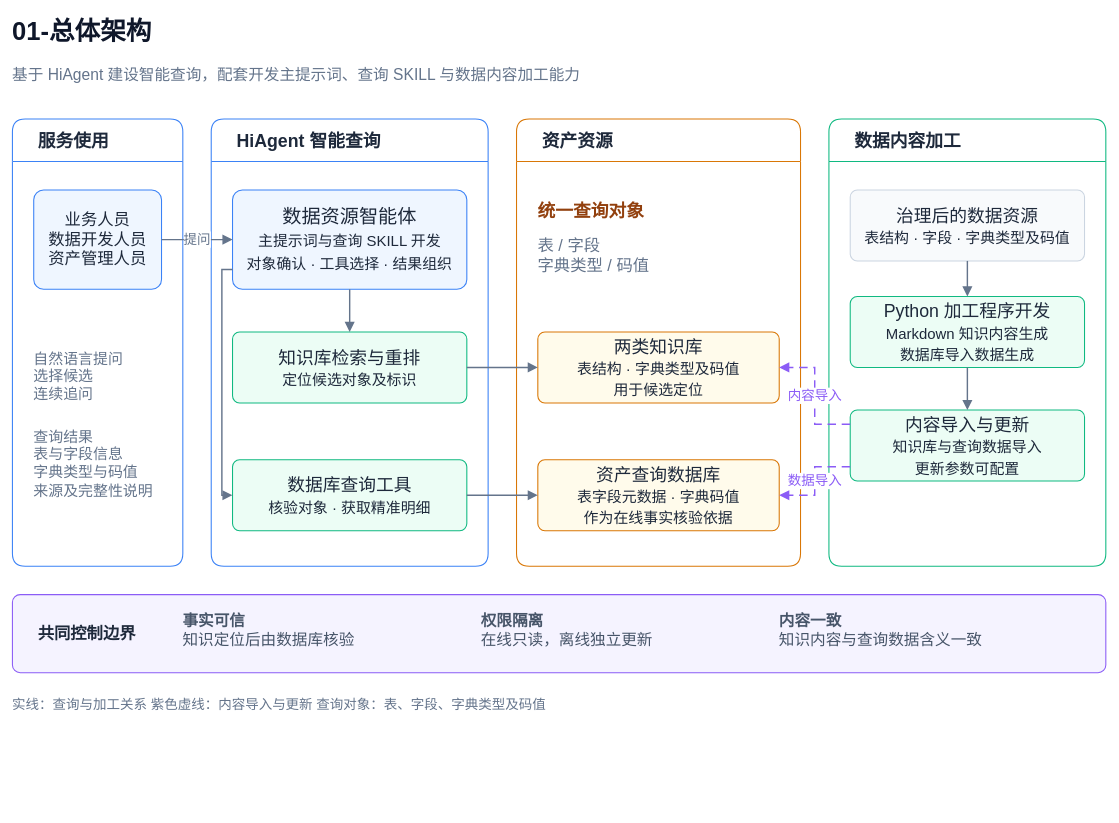
Earlier version of the draw.io diagram docs/solutions/diagrams/01-总体架构.drawio (alexhuangeric2015/data-engineer-agent). Source tidied: cells renumbered, new cells numbered last; positions are measured from the earlier drawing's top-left corner, leaving out a move shared by most shapes. Both pictures are drawn from the tidied source at 71%, with x=0, y=0 at pixel (12, 12).
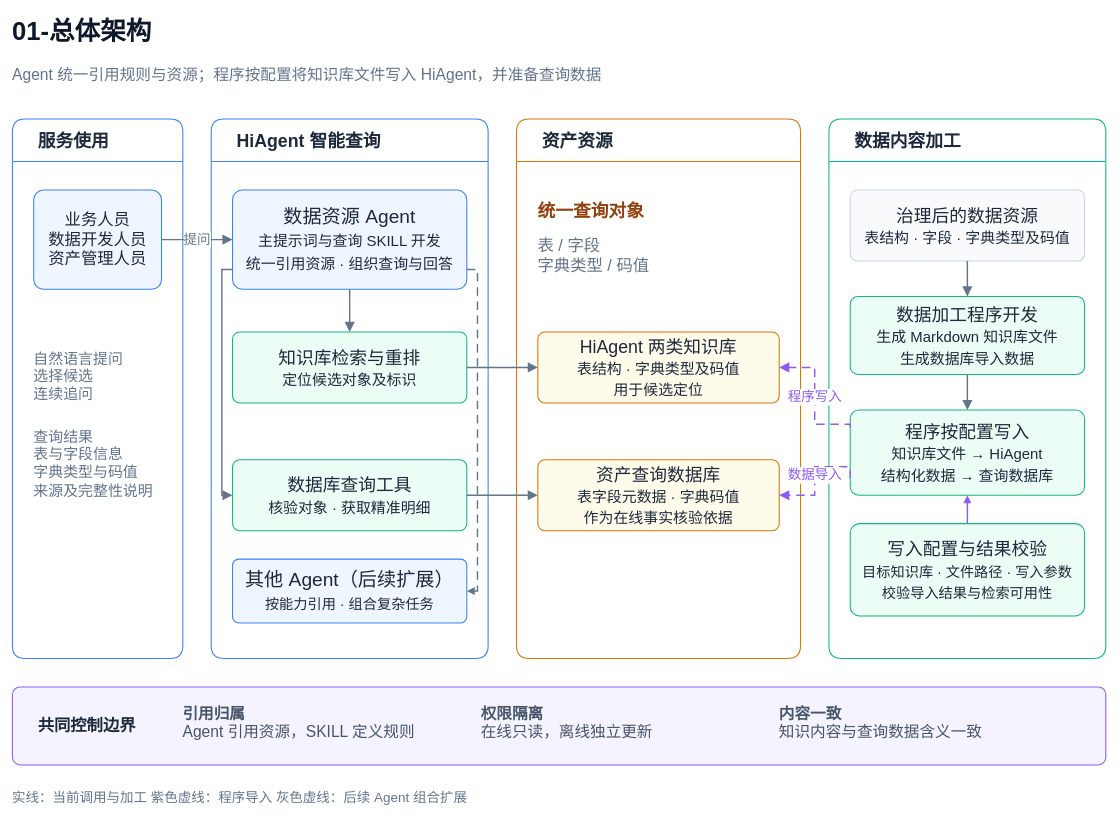
The same diagram, later.

Diff of the diagram source:
```diff
@@
-    <mxCell id="3" value="基于 HiAgent 建设智能查询，配套开发主提示词、查询 SKILL 与数据内容加工能力" style="rounded=1;arcSize=10;whiteSpace=wrap;html=1;fontFamily=Arial;fontSize=22;fontColor=#64748B;fillColor=none;strokeColor=none;strokeWidth=1.5;spacing=0;align=left;verticalAlign=middle;text;fontStyle=0;" parent="1" vertex="1">
+    <mxCell id="3" value="Agent 统一引用规则与资源；程序按配置将知识库文件写入 HiAgent，并准备查询数据" style="rounded=1;arcSize=10;whiteSpace=wrap;html=1;fontFamily=Arial;fontSize=22;fontColor=#64748B;fillColor=none;strokeColor=none;strokeWidth=1.5;spacing=0;align=left;verticalAlign=middle;text;fontStyle=0;" parent="1" vertex="1">
       <mxGeometry y="70" width="1500" height="40" as="geometry" />
     </mxCell>
     <mxCell id="4" value="&lt;font style=&quot;font-size:25px&quot;&gt;服务使用&lt;/font&gt;" style="rounded=1;arcSize=10;whiteSpace=wrap;html=1;fontFamily=Arial;fontSize=25;fontColor=#1E293B;fillColor=#FFFFFF;strokeColor=#3B82F6;strokeWidth=1.5;spacing=14;align=left;verticalAlign=middle;swimlane;startSize=60;horizontal=1;spacingLeft=22;fontStyle=1;swimlaneFillColor=#FFFFFF;" parent="1" vertex="1">
-      <mxGeometry y="150" width="240" height="630" as="geometry" />
+      <mxGeometry y="150" width="240" height="760" as="geometry" />
     </mxCell>
     <mxCell id="5" value="&lt;font style=&quot;font-size:25px&quot;&gt;HiAgent 智能查询&lt;/font&gt;" style="rounded=1;arcSize=10;whiteSpace=wrap;html=1;fontFamily=Arial;fontSize=25;fontColor=#1E293B;fillColor=#FFFFFF;strokeColor=#3B82F6;strokeWidth=1.5;spacing=14;align=left;verticalAlign=middle;swimlane;startSize=60;horizontal=1;spacingLeft=22;fontStyle=1;swimlaneFillColor=#FFFFFF;" parent="1" vertex="1">
-      <mxGeometry x="280" y="150" width="390" height="630" as="geometry" />
+      <mxGeometry x="280" y="150" width="390" height="760" as="geometry" />
     </mxCell>
     <mxCell id="6" value="&lt;font style=&quot;font-size:25px&quot;&gt;资产资源&lt;/font&gt;" style="rounded=1;arcSize=10;whiteSpace=wrap;html=1;fontFamily=Arial;fontSize=25;fontColor=#1E293B;fillColor=#FFFFFF;strokeColor=#D97706;strokeWidth=1.5;spacing=14;align=left;verticalAlign=middle;swimlane;startSize=60;horizontal=1;spacingLeft=22;fontStyle=1;swimlaneFillColor=#FFFFFF;" parent="1" vertex="1">
-      <mxGeometry x="710" y="150" width="400" height="630" as="geometry" />
+      <mxGeometry x="710" y="150" width="400" height="760" as="geometry" />
     </mxCell>
     <mxCell id="7" value="&lt;font style=&quot;font-size:25px&quot;&gt;数据内容加工&lt;/font&gt;" style="rounded=1;arcSize=10;whiteSpace=wrap;html=1;fontFamily=Arial;fontSize=25;fontColor=#1E293B;fillColor=#FFFFFF;strokeColor=#10B981;strokeWidth=1.5;spacing=14;align=left;verticalAlign=middle;swimlane;startSize=60;horizontal=1;spacingLeft=22;fontStyle=1;swimlaneFillColor=#FFFFFF;" parent="1" vertex="1">
-      <mxGeometry x="1150" y="150" width="390" height="630" as="geometry" />
+      <mxGeometry x="1150" y="150" width="390" height="760" as="geometry" />
     </mxCell>
@@
-    <mxCell id="11" value="数据资源智能体&lt;br&gt;&lt;font style=&quot;font-size:21px&quot;&gt;主提示词与查询 SKILL 开发&lt;br&gt;对象确认 · 工具选择 · 结果组织&lt;/font&gt;" style="rounded=1;arcSize=10;whiteSpace=wrap;html=1;fontFamily=Arial;fontSize=27;fontColor=#1E293B;fillColor=#EFF6FF;strokeColor=#3B82F6;strokeWidth=1.5;spacing=14;align=center;verticalAlign=middle;" parent="5" vertex="1">
+    <mxCell id="11" value="数据资源 Agent&lt;br&gt;&lt;font style=&quot;font-size:21px&quot;&gt;主提示词与查询 SKILL 开发&lt;br&gt;统一引用资源 · 组织查询与回答&lt;/font&gt;" style="rounded=1;arcSize=10;whiteSpace=wrap;html=1;fontFamily=Arial;fontSize=27;fontColor=#1E293B;fillColor=#EFF6FF;strokeColor=#3B82F6;strokeWidth=1.5;spacing=14;align=center;verticalAlign=middle;" parent="5" vertex="1">
       <mxGeometry x="30" y="100" width="330" height="140" as="geometry" />
     </mxCell>
@@
-    <mxCell id="16" value="两类知识库&lt;br&gt;&lt;font style=&quot;font-size:21px&quot;&gt;表结构 · 字典类型及码值&lt;br&gt;用于候选定位&lt;/font&gt;" style="rounded=1;arcSize=10;whiteSpace=wrap;html=1;fontFamily=Arial;fontSize=25;fontColor=#1E293B;fillColor=#FFFBEB;strokeColor=#D97706;strokeWidth=1.5;spacing=14;align=center;verticalAlign=middle;" parent="6" vertex="1">
+    <mxCell id="16" value="HiAgent 两类知识库&lt;br&gt;&lt;font style=&quot;font-size:21px&quot;&gt;表结构 · 字典类型及码值&lt;br&gt;用于候选定位&lt;/font&gt;" style="rounded=1;arcSize=10;whiteSpace=wrap;html=1;fontFamily=Arial;fontSize=25;fontColor=#1E293B;fillColor=#FFFBEB;strokeColor=#D97706;strokeWidth=1.5;spacing=14;align=center;verticalAlign=middle;" parent="6" vertex="1">
       <mxGeometry x="30" y="300" width="340" height="100" as="geometry" />
     </mxCell>
@@
-    <mxCell id="19" value="Python 加工程序开发&lt;br&gt;&lt;font style=&quot;font-size:21px&quot;&gt;Markdown 知识内容生成&lt;br&gt;数据库导入数据生成&lt;/font&gt;" style="rounded=1;arcSize=10;whiteSpace=wrap;html=1;fontFamily=Arial;fontSize=25;fontColor=#1E293B;fillColor=#ECFDF5;strokeColor=#10B981;strokeWidth=1.5;spacing=14;align=center;verticalAlign=middle;" parent="7" vertex="1">
-      <mxGeometry x="30" y="250" width="330" height="100" as="geometry" />
+    <mxCell id="19" value="数据加工程序开发&lt;br&gt;&lt;font style=&quot;font-size:21px&quot;&gt;生成 Markdown 知识库文件&lt;br&gt;生成数据库导入数据&lt;/font&gt;" style="rounded=1;arcSize=10;whiteSpace=wrap;html=1;fontFamily=Arial;fontSize=25;fontColor=#1E293B;fillColor=#ECFDF5;strokeColor=#10B981;strokeWidth=1.5;spacing=14;align=center;verticalAlign=middle;" parent="7" vertex="1">
+      <mxGeometry x="30" y="250" width="330" height="110" as="geometry" />
     </mxCell>
-    <mxCell id="20" value="内容导入与更新&lt;br&gt;&lt;font style=&quot;font-size:21px&quot;&gt;知识库与查询数据导入&lt;br&gt;更新参数可配置&lt;/font&gt;" style="rounded=1;arcSize=10;whiteSpace=wrap;html=1;fontFamily=Arial;fontSize=25;fontColor=#1E293B;fillColor=#ECFDF5;strokeColor=#10B981;strokeWidth=1.5;spacing=14;align=center;verticalAlign=middle;" parent="7" vertex="1">
-      <mxGeometry x="30" y="410" width="330" height="100" as="geometry" />
+    <mxCell id="20" value="程序按配置写入&lt;br&gt;&lt;font style=&quot;font-size:21px&quot;&gt;知识库文件 → HiAgent&lt;br&gt;结构化数据 → 查询数据库&lt;/font&gt;" style="rounded=1;arcSize=10;whiteSpace=wrap;html=1;fontFamily=Arial;fontSize=25;fontColor=#1E293B;fillColor=#ECFDF5;strokeColor=#10B981;strokeWidth=1.5;spacing=14;align=center;verticalAlign=middle;" parent="7" vertex="1">
+      <mxGeometry x="30" y="410" width="330" height="120" as="geometry" />
     </mxCell>
@@
-    <mxCell id="28" value="内容导入" style="edgeStyle=orthogonalEdgeStyle;rounded=0;jettySize=auto;html=1;endArrow=block;endFill=1;endSize=9;strokeWidth=2;strokeColor=#8B5CF6;fontColor=#8B5CF6;fontFamily=Arial;fontSize=19;labelBackgroundColor=#FFFFFF;exitX=0;exitY=0.2;exitDx=0;exitDy=0;entryX=1;entryY=0.5;entryDx=0;entryDy=0;dashed=1;dashPattern=6 4;" parent="1" edge="1" source="20" target="16">
+    <mxCell id="28" value="程序写入" style="edgeStyle=orthogonalEdgeStyle;rounded=0;jettySize=auto;html=1;endArrow=block;endFill=1;endSize=9;strokeWidth=2;strokeColor=#8B5CF6;fontColor=#8B5CF6;fontFamily=Arial;fontSize=19;labelBackgroundColor=#FFFFFF;exitX=0;exitY=0.2;exitDx=0;exitDy=0;entryX=1;entryY=0.5;entryDx=0;entryDy=0;dashed=1;dashPattern=6 4;" parent="1" edge="1" source="20" target="16">
       <mxGeometry relative="1" as="geometry">
         <Array as="points">
           <mxPoint x="1130" y="580" />
           <mxPoint x="1130" y="500" />
         </Array>
       </mxGeometry>
     </mxCell>
@@
     <mxCell id="30" value="共同控制边界" style="rounded=1;arcSize=10;whiteSpace=wrap;html=1;fontFamily=Arial;fontSize=23;fontColor=#1E293B;fillColor=#F5F3FF;strokeColor=#8B5CF6;strokeWidth=1.5;spacing=14;align=left;verticalAlign=middle;spacingLeft=22;fontStyle=1;" parent="1" vertex="1">
-      <mxGeometry y="820" width="1540" height="110" as="geometry" />
+      <mxGeometry y="950" width="1540" height="110" as="geometry" />
     </mxCell>
-    <mxCell id="31" value="&lt;b&gt;事实可信&lt;/b&gt;&lt;br&gt;知识定位后由数据库核验" style="rounded=1;arcSize=10;whiteSpace=wrap;html=1;fontFamily=Arial;fontSize=22;fontColor=#475569;fillColor=none;strokeColor=none;strokeWidth=1.5;spacing=0;align=left;verticalAlign=middle;text;fontStyle=0;" parent="30" vertex="1">
+    <mxCell id="31" value="&lt;b&gt;引用归属&lt;/b&gt;&lt;br&gt;Agent 引用资源，SKILL 定义规则" style="rounded=1;arcSize=10;whiteSpace=wrap;html=1;fontFamily=Arial;fontSize=22;fontColor=#475569;fillColor=none;strokeColor=none;strokeWidth=1.5;spacing=0;align=left;verticalAlign=middle;text;fontStyle=0;" parent="30" vertex="1">
       <mxGeometry x="240" y="20" width="390" height="70" as="geometry" />
     </mxCell>
@@
-    <mxCell id="34" value="实线：查询与加工关系     紫色虚线：内容导入与更新     查询对象：表、字段、字典类型及码值" style="rounded=1;arcSize=10;whiteSpace=wrap;html=1;fontFamily=Arial;fontSize=19;fontColor=#64748B;fillColor=none;strokeColor=none;strokeWidth=1.5;spacing=0;align=left;verticalAlign=middle;text;fontStyle=0;" parent="1" vertex="1">
-      <mxGeometry y="960" width="1540" height="35" as="geometry" />
+    <mxCell id="34" value="实线：当前调用与加工     紫色虚线：程序导入     灰色虚线：后续 Agent 组合扩展" style="rounded=1;arcSize=10;whiteSpace=wrap;html=1;fontFamily=Arial;fontSize=19;fontColor=#64748B;fillColor=none;strokeColor=none;strokeWidth=1.5;spacing=0;align=left;verticalAlign=middle;text;fontStyle=0;" parent="1" vertex="1">
+      <mxGeometry y="1090" width="1540" height="35" as="geometry" />
     </mxCell>
+    <mxCell id="35" value="写入配置与结果校验&lt;br&gt;&lt;font style=&quot;font-size:20px&quot;&gt;目标知识库 · 文件路径 · 写入参数&lt;br&gt;校验导入结果与检索可用性&lt;/font&gt;" style="rounded=1;arcSize=10;whiteSpace=wrap;html=1;fontFamily=Arial;fontSize=25;fontColor=#1E293B;fillColor=#ECFDF5;strokeColor=#10B981;strokeWidth=1.5;spacing=14;align=center;verticalAlign=middle;" parent="7" vertex="1">
+      <mxGeometry x="30" y="570" width="330" height="130" as="geometry" />
+    </mxCell>
+    <mxCell id="36" value="其他 Agent（后续扩展）&lt;br&gt;&lt;font style=&quot;font-size:20px&quot;&gt;按能力引用 · 组合复杂任务&lt;/font&gt;" style="rounded=1;arcSize=10;whiteSpace=wrap;html=1;fontFamily=Arial;fontSize=27;fontColor=#1E293B;fillColor=#EFF6FF;strokeColor=#3B82F6;strokeWidth=1.5;spacing=14;align=center;verticalAlign=middle;" parent="5" vertex="1">
+      <mxGeometry x="30" y="620" width="330" height="90" as="geometry" />
+    </mxCell>
+    <mxCell id="37" style="edgeStyle=orthogonalEdgeStyle;rounded=0;html=1;endArrow=block;endFill=1;strokeWidth=2;strokeColor=#64748B;fontColor=#64748B;fontFamily=Arial;fontSize=18;labelBackgroundColor=#FFFFFF;exitX=1;exitY=0.8;exitDx=0;exitDy=0;entryX=1;entryY=0.5;entryDx=0;entryDy=0;dashed=1;dashPattern=6 4;" parent="1" edge="1" source="11" target="36">
+      <mxGeometry relative="1" as="geometry">
+        <Array as="points">
+          <mxPoint x="655" y="362" />
+          <mxPoint x="655" y="815" />
+        </Array>
+      </mxGeometry>
+    </mxCell>
+    <mxCell id="38" style="edgeStyle=orthogonalEdgeStyle;rounded=0;html=1;endArrow=block;endFill=1;strokeWidth=2;strokeColor=#8B5CF6;fontColor=#8B5CF6;fontFamily=Arial;fontSize=18;labelBackgroundColor=#FFFFFF;exitX=0.5;exitY=0;exitDx=0;exitDy=0;entryX=0.5;entryY=1;entryDx=0;entryDy=0;" parent="1" edge="1" source="35" target="20">
+      <mxGeometry relative="1" as="geometry" />
+    </mxCell>
```
